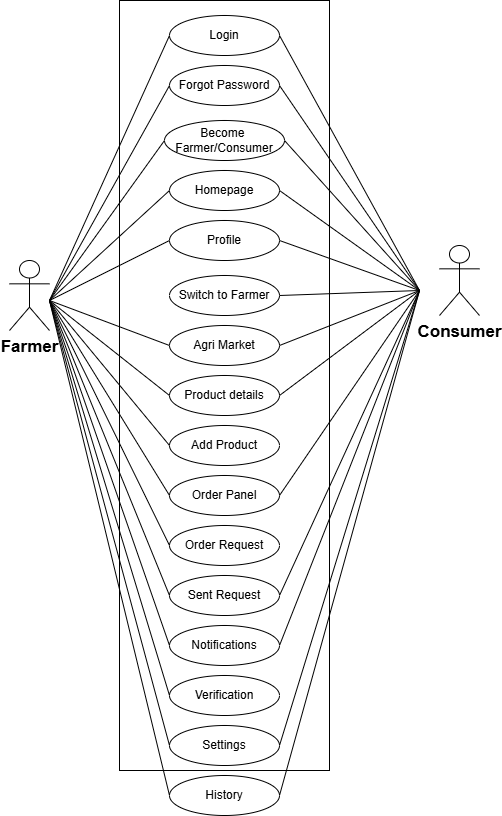
Before: Doc/UseCase.drawio2.png, a diagram exported from draw.io (RmnRj/Farmo). Source tidied: cells renumbered, new cells last; positions are measured from the earlier drawing's top-left corner, leaving out a move shared by most shapes.
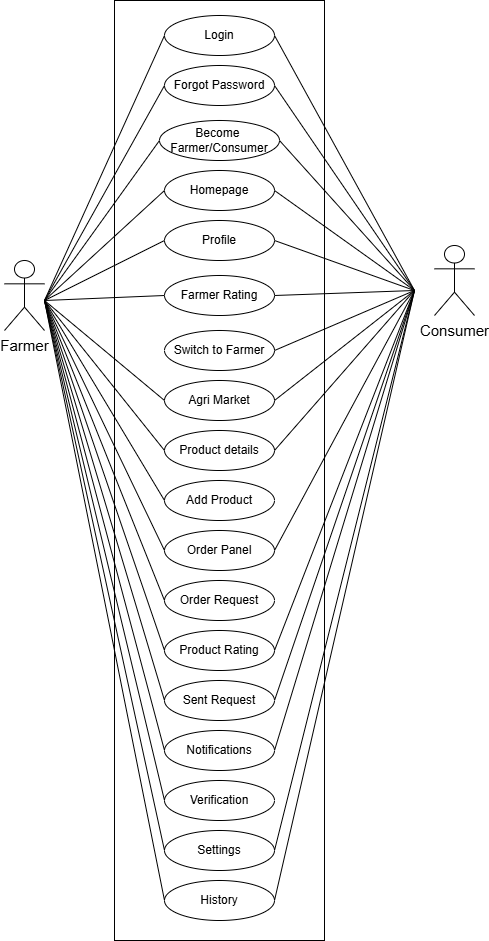
After the commit.

The edit, as a diff of the source:
```diff
@@ -3,7 +3,7 @@
     <mxCell id="0" />
     <mxCell id="1" parent="0" />
     <mxCell id="2" style="rounded=0;whiteSpace=wrap;html=1;" parent="1" vertex="1">
-      <mxGeometry x="110" width="210" height="770" as="geometry" />
+      <mxGeometry x="110" width="210" height="940" as="geometry" />
     </mxCell>
     <mxCell id="3" value="Login" style="ellipse;whiteSpace=wrap;html=1;align=center;" parent="1" vertex="1">
       <mxGeometry x="160" y="15" width="110" height="40" as="geometry" />
@@ -18,16 +18,16 @@
       <mxGeometry x="160" y="220" width="110" height="40" as="geometry" />
     </mxCell>
     <mxCell id="7" value="Product details" style="ellipse;whiteSpace=wrap;html=1;align=center;" parent="1" vertex="1">
-      <mxGeometry x="160" y="375" width="110" height="40" as="geometry" />
+      <mxGeometry x="160" y="430" width="110" height="40" as="geometry" />
     </mxCell>
     <mxCell id="8" value="Add Product" style="ellipse;whiteSpace=wrap;html=1;align=center;" parent="1" vertex="1">
-      <mxGeometry x="160" y="425" width="110" height="40" as="geometry" />
+      <mxGeometry x="160" y="480" width="110" height="40" as="geometry" />
     </mxCell>
     <mxCell id="9" value="Order Panel" style="ellipse;whiteSpace=wrap;html=1;align=center;" parent="1" vertex="1">
-      <mxGeometry x="160" y="475" width="110" height="40" as="geometry" />
+      <mxGeometry x="160" y="530" width="110" height="40" as="geometry" />
     </mxCell>
     <mxCell id="10" value="Order Request" style="ellipse;whiteSpace=wrap;html=1;align=center;" parent="1" vertex="1">
-      <mxGeometry x="160" y="525" width="110" height="40" as="geometry" />
+      <mxGeometry x="160" y="580" width="110" height="40" as="geometry" />
     </mxCell>
     <mxCell id="11" style="endArrow=none;html=1;rounded=0;entryX=0;entryY=0.5;entryDx=0;entryDy=0;" parent="1" edge="1" target="3">
       <mxGeometry relative="1" as="geometry">
@@ -70,16 +70,16 @@
       </mxGeometry>
     </mxCell>
     <mxCell id="19" value="Verification" style="ellipse;whiteSpace=wrap;html=1;align=center;" parent="1" vertex="1">
-      <mxGeometry x="160" y="675" width="110" height="40" as="geometry" />
+      <mxGeometry x="160" y="780" width="110" height="40" as="geometry" />
     </mxCell>
     <mxCell id="20" value="Agri Market" style="ellipse;whiteSpace=wrap;html=1;align=center;" parent="1" vertex="1">
-      <mxGeometry x="160" y="325" width="110" height="40" as="geometry" />
+      <mxGeometry x="160" y="380" width="110" height="40" as="geometry" />
     </mxCell>
     <mxCell id="21" value="Settings" style="ellipse;whiteSpace=wrap;html=1;align=center;" parent="1" vertex="1">
-      <mxGeometry x="160" y="725" width="110" height="40" as="geometry" />
+      <mxGeometry x="160" y="830" width="110" height="40" as="geometry" />
     </mxCell>
     <mxCell id="22" value="History" style="ellipse;whiteSpace=wrap;html=1;align=center;" parent="1" vertex="1">
-      <mxGeometry x="160" y="775" width="110" height="40" as="geometry" />
+      <mxGeometry x="160" y="880" width="110" height="40" as="geometry" />
     </mxCell>
     <mxCell id="23" style="endArrow=none;html=1;rounded=0;entryX=0;entryY=0.5;entryDx=0;entryDy=0;" parent="1" edge="1" target="19">
       <mxGeometry relative="1" as="geometry">
@@ -157,10 +157,10 @@
       </mxGeometry>
     </mxCell>
     <mxCell id="38" value="Sent Request" style="ellipse;whiteSpace=wrap;html=1;align=center;" parent="1" vertex="1">
-      <mxGeometry x="160" y="575" width="110" height="40" as="geometry" />
+      <mxGeometry x="160" y="680" width="110" height="40" as="geometry" />
     </mxCell>
     <mxCell id="39" value="Notifications" style="ellipse;whiteSpace=wrap;html=1;align=center;" parent="1" vertex="1">
-      <mxGeometry x="160" y="625" width="110" height="40" as="geometry" />
+      <mxGeometry x="160" y="730" width="110" height="40" as="geometry" />
     </mxCell>
     <mxCell id="40" style="endArrow=none;html=1;rounded=0;entryX=0;entryY=0.5;entryDx=0;entryDy=0;" parent="1" edge="1" target="38">
       <mxGeometry relative="1" as="geometry">
@@ -173,17 +173,17 @@
       </mxGeometry>
     </mxCell>
     <mxCell id="42" value="Switch to Farmer" style="ellipse;whiteSpace=wrap;html=1;align=center;" parent="1" vertex="1">
-      <mxGeometry x="160" y="275" width="110" height="40" as="geometry" />
+      <mxGeometry x="160" y="330" width="110" height="40" as="geometry" />
     </mxCell>
     <mxCell id="43" style="endArrow=none;html=1;rounded=0;entryX=1;entryY=0.5;entryDx=0;entryDy=0;" parent="1" edge="1" target="42">
       <mxGeometry relative="1" as="geometry">
         <mxPoint x="410" y="290" as="sourcePoint" />
       </mxGeometry>
     </mxCell>
-    <mxCell id="44" value="Farmer" style="shape=umlActor;verticalLabelPosition=bottom;verticalAlign=top;html=1;fontSize=17;fontStyle=1;" parent="1" vertex="1">
+    <mxCell id="44" value="Farmer" style="shape=umlActor;verticalLabelPosition=bottom;verticalAlign=top;html=1;fontSize=15;fontStyle=0;" parent="1" vertex="1">
       <mxGeometry y="260" width="40" height="70" as="geometry" />
     </mxCell>
-    <mxCell id="45" value="Consumer" style="shape=umlActor;verticalLabelPosition=bottom;verticalAlign=top;html=1;fontSize=17;fontStyle=1;" parent="1" vertex="1">
+    <mxCell id="45" value="Consumer" style="shape=umlActor;verticalLabelPosition=bottom;verticalAlign=top;html=1;fontSize=15;fontStyle=0;" parent="1" vertex="1">
       <mxGeometry x="430" y="245" width="40" height="70" as="geometry" />
     </mxCell>
     <mxCell id="46" value="Become&amp;nbsp;&lt;div&gt;Farmer/Consumer&lt;/div&gt;" style="ellipse;whiteSpace=wrap;html=1;align=center;" parent="1" vertex="1">
@@ -199,5 +199,31 @@
         <mxPoint x="410" y="290" as="sourcePoint" />
       </mxGeometry>
     </mxCell>
+    <mxCell id="49" value="Farmer Rating" style="ellipse;whiteSpace=wrap;html=1;align=center;" parent="1" vertex="1">
+      <mxGeometry x="160" y="275" width="110" height="40" as="geometry" />
+    </mxCell>
+    <mxCell id="50" value="Product Rating" style="ellipse;whiteSpace=wrap;html=1;align=center;" parent="1" vertex="1">
+      <mxGeometry x="160" y="630" width="110" height="40" as="geometry" />
+    </mxCell>
+    <mxCell id="51" style="endArrow=none;html=1;rounded=0;entryX=1;entryY=0.5;entryDx=0;entryDy=0;" parent="1" edge="1" target="49">
+      <mxGeometry relative="1" as="geometry">
+        <mxPoint x="410" y="290" as="sourcePoint" />
+      </mxGeometry>
+    </mxCell>
+    <mxCell id="52" style="endArrow=none;html=1;rounded=0;entryX=1;entryY=0.5;entryDx=0;entryDy=0;" parent="1" edge="1" target="50">
+      <mxGeometry relative="1" as="geometry">
+        <mxPoint x="410" y="290" as="sourcePoint" />
+      </mxGeometry>
+    </mxCell>
+    <mxCell id="53" style="endArrow=none;html=1;rounded=0;exitX=0;exitY=0.5;exitDx=0;exitDy=0;" parent="1" edge="1" source="50">
+      <mxGeometry relative="1" as="geometry">
+        <mxPoint x="40" y="300" as="targetPoint" />
+      </mxGeometry>
+    </mxCell>
+    <mxCell id="54" style="endArrow=none;html=1;rounded=0;exitX=0;exitY=0.5;exitDx=0;exitDy=0;" parent="1" edge="1" source="49">
+      <mxGeometry relative="1" as="geometry">
+        <mxPoint x="40" y="300" as="targetPoint" />
+      </mxGeometry>
+    </mxCell>
   </root>
 </mxGraphModel>
```
